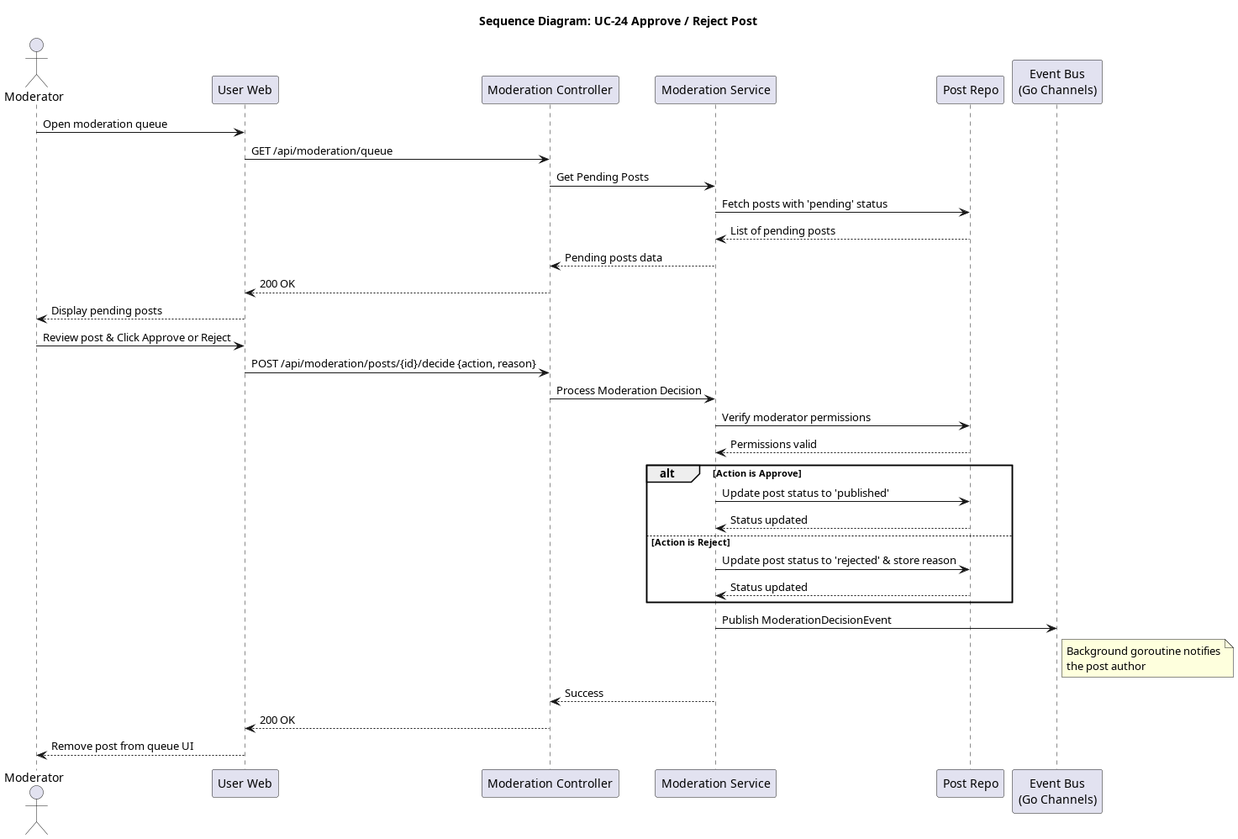
Above: docs/srs_add/SAD/diagrams/seq_24_approve_reject_post.png in giakiet05/lkforum-new (PlantUML), before the change.
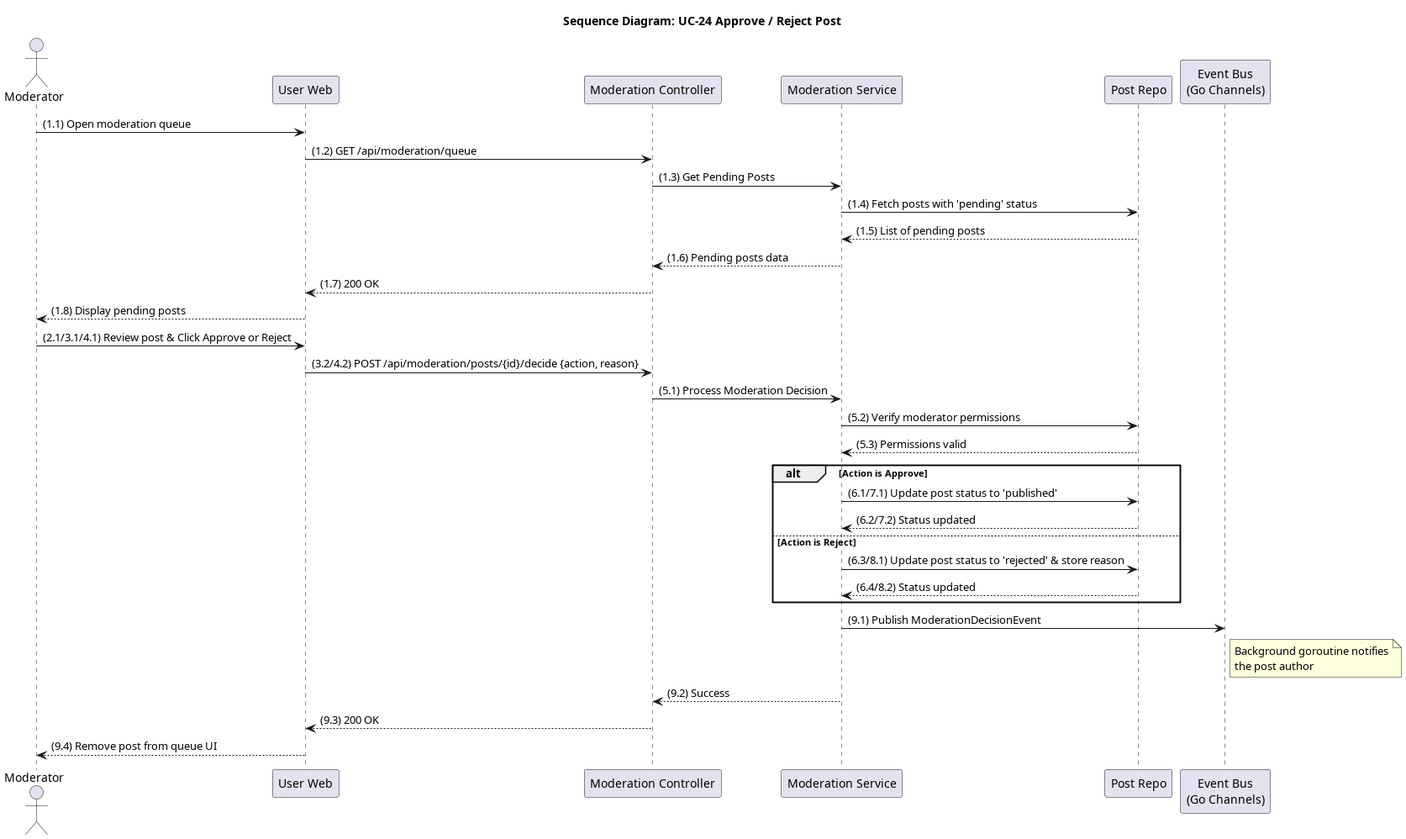
After the change.

Diff of the diagram source:
```diff
@@ -8,36 +8,36 @@
 participant "Post Repo" as Repo
 participant "Event Bus\n(Go Channels)" as EventBus
 
-Moderator -> Frontend: Open moderation queue
-Frontend -> Controller: GET /api/moderation/queue
-Controller -> Service: Get Pending Posts
-Service -> Repo: Fetch posts with 'pending' status
-Repo --> Service: List of pending posts
-Service --> Controller: Pending posts data
-Controller --> Frontend: 200 OK
-Frontend --> Moderator: Display pending posts
+Moderator -> Frontend: (1.1) Open moderation queue
+Frontend -> Controller: (1.2) GET /api/moderation/queue
+Controller -> Service: (1.3) Get Pending Posts
+Service -> Repo: (1.4) Fetch posts with 'pending' status
+Repo --> Service: (1.5) List of pending posts
+Service --> Controller: (1.6) Pending posts data
+Controller --> Frontend: (1.7) 200 OK
+Frontend --> Moderator: (1.8) Display pending posts
 
-Moderator -> Frontend: Review post & Click Approve or Reject
-Frontend -> Controller: POST /api/moderation/posts/{id}/decide {action, reason}
-Controller -> Service: Process Moderation Decision
-Service -> Repo: Verify moderator permissions
-Repo --> Service: Permissions valid
+Moderator -> Frontend: (2.1/3.1/4.1) Review post & Click Approve or Reject
+Frontend -> Controller: (3.2/4.2) POST /api/moderation/posts/{id}/decide {action, reason}
+Controller -> Service: (5.1) Process Moderation Decision
+Service -> Repo: (5.2) Verify moderator permissions
+Repo --> Service: (5.3) Permissions valid
 
 alt Action is Approve
-    Service -> Repo: Update post status to 'published'
-    Repo --> Service: Status updated
+    Service -> Repo: (6.1/7.1) Update post status to 'published'
+    Repo --> Service: (6.2/7.2) Status updated
 else Action is Reject
-    Service -> Repo: Update post status to 'rejected' & store reason
-    Repo --> Service: Status updated
+    Service -> Repo: (6.3/8.1) Update post status to 'rejected' & store reason
+    Repo --> Service: (6.4/8.2) Status updated
 end
 
-Service -> EventBus: Publish ModerationDecisionEvent
+Service -> EventBus: (9.1) Publish ModerationDecisionEvent
 note right of EventBus
   Background goroutine notifies
   the post author
 end note
 
-Service --> Controller: Success
-Controller --> Frontend: 200 OK
-Frontend --> Moderator: Remove post from queue UI
+Service --> Controller: (9.2) Success
+Controller --> Frontend: (9.3) 200 OK
+Frontend --> Moderator: (9.4) Remove post from queue UI
 @enduml
```
